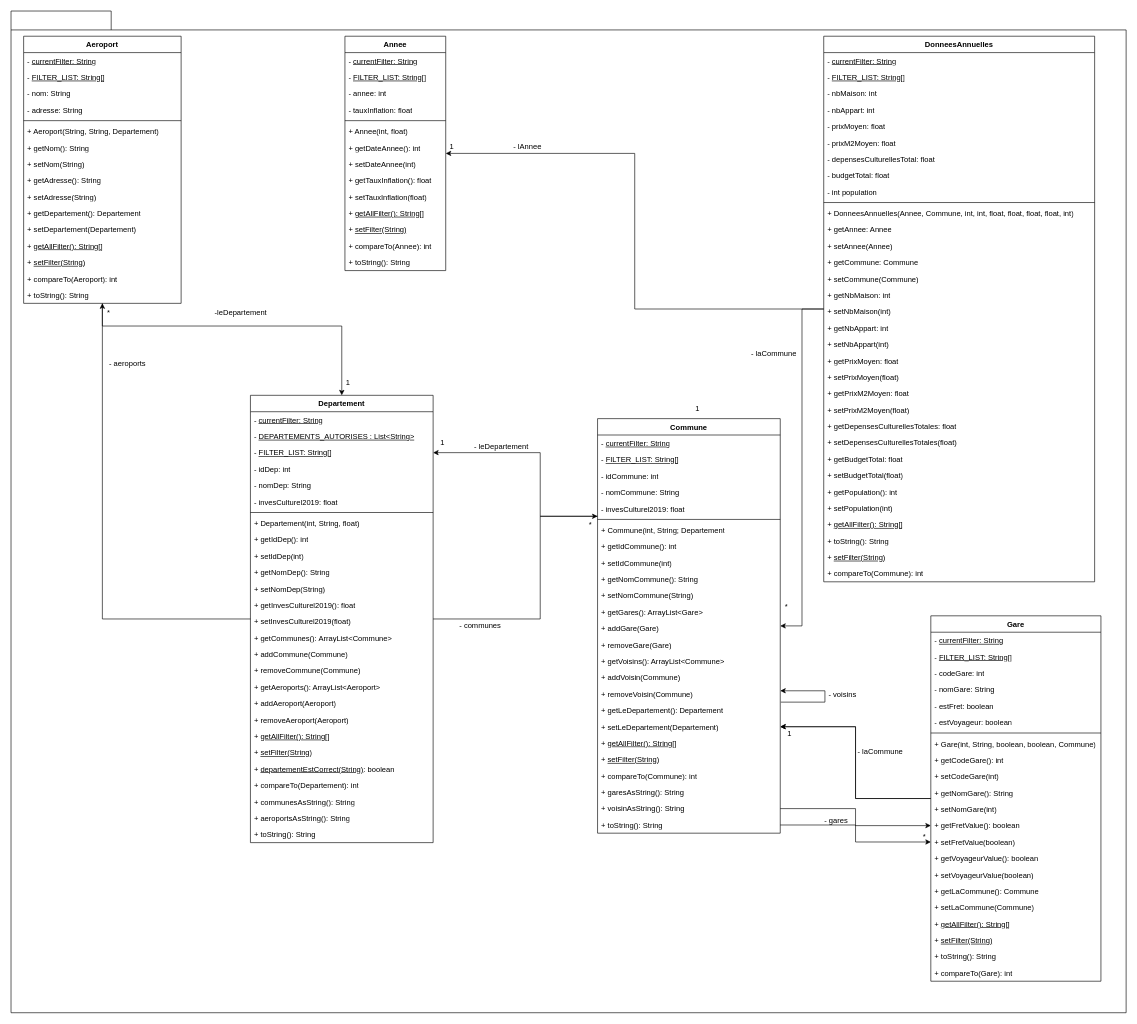
Earlier version of the draw.io diagram Java/UML/Diagramme de classe.drawio (xotakfr/communes-bretonnes). Source tidied: cells renumbered, new cells numbered last; positions are measured from the earlier drawing's top-left corner, leaving out a move shared by most shapes. Both pictures are drawn from the tidied source at 63%, with x=0, y=0 at pixel (11, 11).
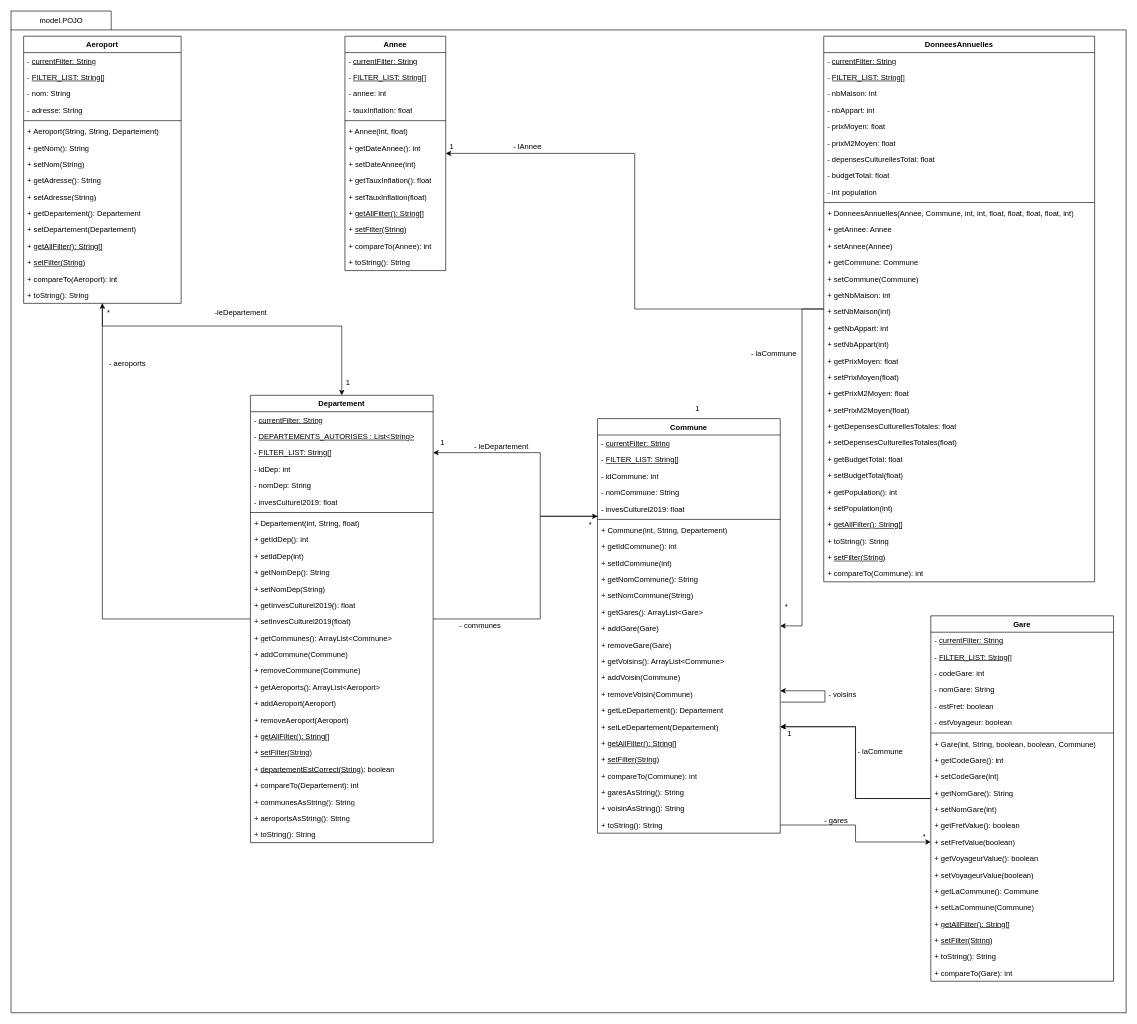
After the change.

Commit message (it also covers changes not shown here):
uml: fix class diagam, svg exports

The change refers to these unchanged cells:
```xml
<mxCell id="95" value="Commune" style="swimlane;fontStyle=1;align=center;verticalAlign=top;horizontal=1;startSize=26;whiteSpace=wrap;html=1;" parent="1" vertex="1">
  <mxGeometry x="931" y="647" width="290" height="658" as="geometry" />
</mxCell>
<mxCell id="119" value="+ voisinAsString(): String" style="text;strokeColor=none;fillColor=none;align=left;verticalAlign=top;spacingLeft=4;spacingRight=4;overflow=hidden;points=[[0,0.5],[1,0.5]];portConstraint=eastwest;whiteSpace=wrap;html=1;" parent="95" vertex="1">
  <mxGeometry y="606" width="290" height="26" as="geometry" />
</mxCell>
```

What changed in the source:
```diff
@@
     <mxCell id="72" value="Gare" style="swimlane;fontStyle=1;align=center;verticalAlign=top;horizontal=1;startSize=26;whiteSpace=wrap;html=1;" parent="1" vertex="1">
-      <mxGeometry x="1460" y="960" width="270" height="580" as="geometry" />
+      <mxGeometry x="1460" y="960" width="290" height="580" as="geometry" />
     </mxCell>
     <mxCell id="73" value="- &lt;u&gt;currentFilter: String&lt;/u&gt;" style="text;strokeColor=none;fillColor=none;align=left;verticalAlign=top;spacingLeft=4;spacingRight=4;overflow=hidden;whiteSpace=wrap;html=1;" parent="72" vertex="1">
-      <mxGeometry y="26" width="270" height="26" as="geometry" />
+      <mxGeometry y="26" width="290" height="26" as="geometry" />
     </mxCell>
     <mxCell id="74" value="- &lt;u&gt;FILTER_LIST: String[]&lt;/u&gt;" style="text;strokeColor=none;fillColor=none;align=left;verticalAlign=top;spacingLeft=4;spacingRight=4;overflow=hidden;whiteSpace=wrap;html=1;" parent="72" vertex="1">
-      <mxGeometry y="52" width="270" height="26" as="geometry" />
+      <mxGeometry y="52" width="290" height="26" as="geometry" />
     </mxCell>
     <mxCell id="75" value="- codeGare: int" style="text;strokeColor=none;fillColor=none;align=left;verticalAlign=top;spacingLeft=4;spacingRight=4;overflow=hidden;whiteSpace=wrap;html=1;" parent="72" vertex="1">
-      <mxGeometry y="78" width="270" height="26" as="geometry" />
+      <mxGeometry y="78" width="290" height="26" as="geometry" />
     </mxCell>
     <mxCell id="76" value="- nomGare: String" style="text;strokeColor=none;fillColor=none;align=left;verticalAlign=top;spacingLeft=4;spacingRight=4;overflow=hidden;whiteSpace=wrap;html=1;" parent="72" vertex="1">
-      <mxGeometry y="104" width="270" height="26" as="geometry" />
+      <mxGeometry y="104" width="290" height="26" as="geometry" />
     </mxCell>
     <mxCell id="77" value="- estFret: boolean" style="text;strokeColor=none;fillColor=none;align=left;verticalAlign=top;spacingLeft=4;spacingRight=4;overflow=hidden;whiteSpace=wrap;html=1;" parent="72" vertex="1">
-      <mxGeometry y="130" width="270" height="26" as="geometry" />
+      <mxGeometry y="130" width="290" height="26" as="geometry" />
     </mxCell>
     <mxCell id="78" value="- estVoyageur: boolean" style="text;strokeColor=none;fillColor=none;align=left;verticalAlign=top;spacingLeft=4;spacingRight=4;overflow=hidden;whiteSpace=wrap;html=1;" parent="72" vertex="1">
-      <mxGeometry y="156" width="270" height="26" as="geometry" />
+      <mxGeometry y="156" width="290" height="26" as="geometry" />
     </mxCell>
     <mxCell id="79" style="line;strokeWidth=1;fillColor=none;align=left;verticalAlign=middle;spacingTop=-1;spacingLeft=3;spacingRight=3;labelPosition=right;strokeColor=inherit;" parent="72" vertex="1">
-      <mxGeometry y="182" width="270" height="8" as="geometry" />
+      <mxGeometry y="182" width="290" height="8" as="geometry" />
     </mxCell>
     <mxCell id="80" value="+ Gare(int, String, boolean, boolean, Commune)" style="text;strokeColor=none;fillColor=none;align=left;verticalAlign=top;spacingLeft=4;spacingRight=4;overflow=hidden;whiteSpace=wrap;html=1;" parent="72" vertex="1">
-      <mxGeometry y="190" width="270" height="26" as="geometry" />
+      <mxGeometry y="190" width="290" height="26" as="geometry" />
     </mxCell>
     <mxCell id="81" value="+ getCodeGare(): int" style="text;strokeColor=none;fillColor=none;align=left;verticalAlign=top;spacingLeft=4;spacingRight=4;overflow=hidden;whiteSpace=wrap;html=1;" parent="72" vertex="1">
-      <mxGeometry y="216" width="270" height="26" as="geometry" />
+      <mxGeometry y="216" width="290" height="26" as="geometry" />
     </mxCell>
     <mxCell id="82" value="+ setCodeGare(int)" style="text;strokeColor=none;fillColor=none;align=left;verticalAlign=top;spacingLeft=4;spacingRight=4;overflow=hidden;whiteSpace=wrap;html=1;" parent="72" vertex="1">
-      <mxGeometry y="242" width="270" height="26" as="geometry" />
+      <mxGeometry y="242" width="290" height="26" as="geometry" />
     </mxCell>
     <mxCell id="83" value="+ getNomGare(): String" style="text;strokeColor=none;fillColor=none;align=left;verticalAlign=top;spacingLeft=4;spacingRight=4;overflow=hidden;whiteSpace=wrap;html=1;" parent="72" vertex="1">
-      <mxGeometry y="268" width="270" height="26" as="geometry" />
+      <mxGeometry y="268" width="290" height="26" as="geometry" />
     </mxCell>
     <mxCell id="84" value="+ setNomGare(int)" style="text;strokeColor=none;fillColor=none;align=left;verticalAlign=top;spacingLeft=4;spacingRight=4;overflow=hidden;whiteSpace=wrap;html=1;" parent="72" vertex="1">
-      <mxGeometry y="294" width="270" height="26" as="geometry" />
+      <mxGeometry y="294" width="290" height="26" as="geometry" />
     </mxCell>
     <mxCell id="85" value="+ getFretValue(): boolean" style="text;strokeColor=none;fillColor=none;align=left;verticalAlign=top;spacingLeft=4;spacingRight=4;overflow=hidden;points=[[0,0.5],[1,0.5]];portConstraint=eastwest;whiteSpace=wrap;html=1;" parent="72" vertex="1">
-      <mxGeometry y="320" width="270" height="26" as="geometry" />
+      <mxGeometry y="320" width="290" height="26" as="geometry" />
     </mxCell>
     <mxCell id="86" value="+ setFretValue(boolean)" style="text;strokeColor=none;fillColor=none;align=left;verticalAlign=top;spacingLeft=4;spacingRight=4;overflow=hidden;points=[[0,0.5],[1,0.5]];portConstraint=eastwest;whiteSpace=wrap;html=1;" parent="72" vertex="1">
-      <mxGeometry y="346" width="270" height="26" as="geometry" />
+      <mxGeometry y="346" width="290" height="26" as="geometry" />
     </mxCell>
     <mxCell id="87" value="+ getVoyageurValue(): boolean" style="text;strokeColor=none;fillColor=none;align=left;verticalAlign=top;spacingLeft=4;spacingRight=4;overflow=hidden;whiteSpace=wrap;html=1;" parent="72" vertex="1">
-      <mxGeometry y="372" width="270" height="26" as="geometry" />
+      <mxGeometry y="372" width="290" height="26" as="geometry" />
     </mxCell>
     <mxCell id="88" value="+ setVoyageurValue(boolean)" style="text;strokeColor=none;fillColor=none;align=left;verticalAlign=top;spacingLeft=4;spacingRight=4;overflow=hidden;whiteSpace=wrap;html=1;" parent="72" vertex="1">
-      <mxGeometry y="398" width="270" height="26" as="geometry" />
+      <mxGeometry y="398" width="290" height="26" as="geometry" />
     </mxCell>
     <mxCell id="89" value="+ getLaCommune(): Commune" style="text;strokeColor=none;fillColor=none;align=left;verticalAlign=top;spacingLeft=4;spacingRight=4;overflow=hidden;whiteSpace=wrap;html=1;" parent="72" vertex="1">
-      <mxGeometry y="424" width="270" height="26" as="geometry" />
+      <mxGeometry y="424" width="290" height="26" as="geometry" />
     </mxCell>
     <mxCell id="90" value="+ setLaCommune(Commune)" style="text;strokeColor=none;fillColor=none;align=left;verticalAlign=top;spacingLeft=4;spacingRight=4;overflow=hidden;whiteSpace=wrap;html=1;" parent="72" vertex="1">
-      <mxGeometry y="450" width="270" height="26" as="geometry" />
+      <mxGeometry y="450" width="290" height="26" as="geometry" />
     </mxCell>
     <mxCell id="91" value="+ &lt;u&gt;getAllFilter(): String[]&lt;/u&gt;" style="text;strokeColor=none;fillColor=none;align=left;verticalAlign=top;spacingLeft=4;spacingRight=4;overflow=hidden;whiteSpace=wrap;html=1;" parent="72" vertex="1">
-      <mxGeometry y="476" width="270" height="26" as="geometry" />
+      <mxGeometry y="476" width="290" height="26" as="geometry" />
     </mxCell>
     <mxCell id="92" value="+ &lt;u&gt;setFilter(String)&lt;/u&gt;" style="text;strokeColor=none;fillColor=none;align=left;verticalAlign=top;spacingLeft=4;spacingRight=4;overflow=hidden;whiteSpace=wrap;html=1;" parent="72" vertex="1">
-      <mxGeometry y="502" width="270" height="26" as="geometry" />
+      <mxGeometry y="502" width="290" height="26" as="geometry" />
     </mxCell>
     <mxCell id="93" value="+ toString(): String" style="text;strokeColor=none;fillColor=none;align=left;verticalAlign=top;spacingLeft=4;spacingRight=4;overflow=hidden;whiteSpace=wrap;html=1;" parent="72" vertex="1">
-      <mxGeometry y="528" width="270" height="26" as="geometry" />
+      <mxGeometry y="528" width="290" height="26" as="geometry" />
     </mxCell>
     <mxCell id="94" value="+ compareTo(Gare): int" style="text;strokeColor=none;fillColor=none;align=left;verticalAlign=top;spacingLeft=4;spacingRight=4;overflow=hidden;whiteSpace=wrap;html=1;" parent="72" vertex="1">
-      <mxGeometry y="554" width="270" height="26" as="geometry" />
+      <mxGeometry y="554" width="290" height="26" as="geometry" />
     </mxCell>
@@
-    <mxCell id="102" value="+ Commune(int, String; Departement" style="text;strokeColor=none;fillColor=none;align=left;verticalAlign=top;spacingLeft=4;spacingRight=4;overflow=hidden;whiteSpace=wrap;html=1;" parent="95" vertex="1">
+    <mxCell id="102" value="+ Commune(int, String, Departement)" style="text;strokeColor=none;fillColor=none;align=left;verticalAlign=top;spacingLeft=4;spacingRight=4;overflow=hidden;whiteSpace=wrap;html=1;" parent="95" vertex="1">
       <mxGeometry y="164" width="290" height="26" as="geometry" />
     </mxCell>
@@
-    <mxCell id="174" style="edgeStyle=orthogonalEdgeStyle;rounded=0;jettySize=auto;html=1;" parent="1" edge="1" source="119" target="85">
-      <mxGeometry relative="1" as="geometry" />
-    </mxCell>
+    <mxCell id="175" value="model.POJO" style="text;html=1;align=center;verticalAlign=middle;whiteSpace=wrap;rounded=0;" parent="1" vertex="1">
+      <mxGeometry x="50" width="60" height="30" as="geometry" />
+    </mxCell>
```
